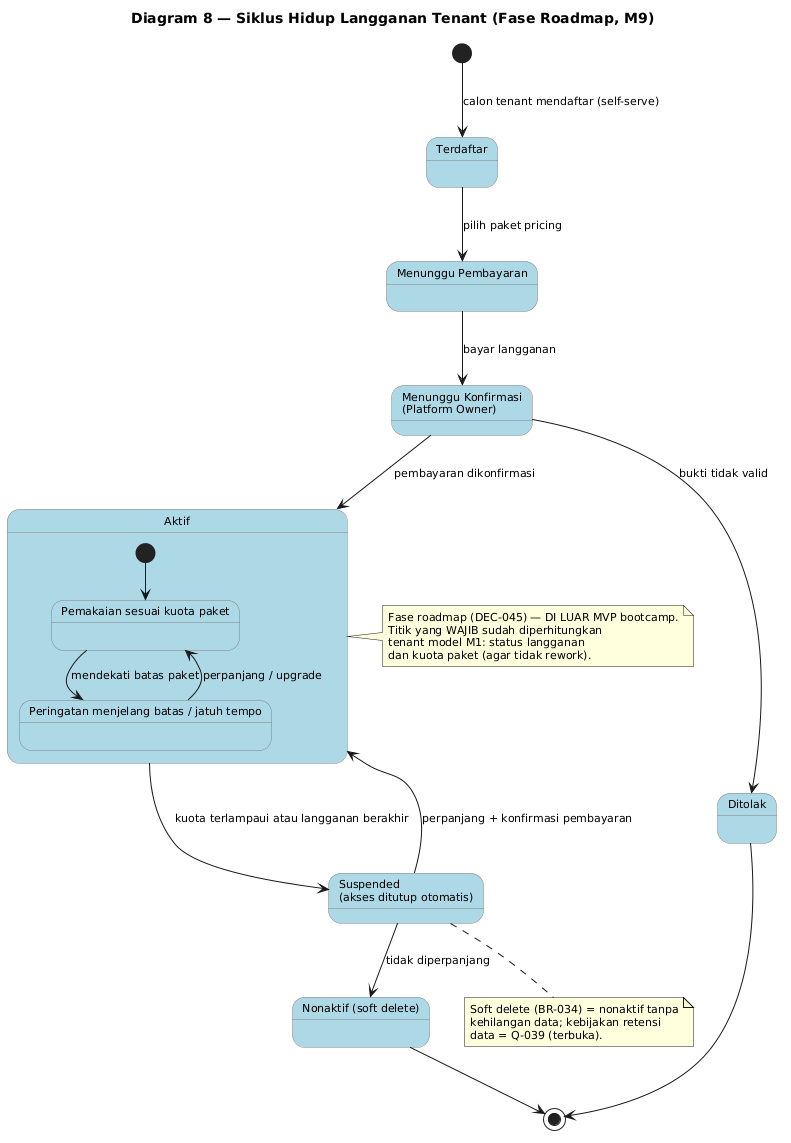
This is knowledge/projects/bootcamp-crm/requirements/brd/diagrams/09-siklus-langganan-tenant.png from yudha-tlab/ai-os-knowledge, a PlantUML export, as it was before one commit. Source of this version:
```plantuml
@startuml
title Diagram 8 — Siklus Hidup Langganan Tenant (Fase Roadmap, M9)

skinparam shadowing false
skinparam defaultFontSize 11
skinparam state {
  BackgroundColor LightBlue
  BorderColor Gray
}

[*] --> Terdaftar : calon tenant mendaftar (self-serve)
Terdaftar --> MenungguPembayaran : pilih paket pricing
state "Menunggu Pembayaran" as MenungguPembayaran
MenungguPembayaran --> MenungguKonfirmasi : bayar langganan
state "Menunggu Konfirmasi\n(Platform Owner)" as MenungguKonfirmasi
MenungguKonfirmasi --> Ditolak : bukti tidak valid
MenungguKonfirmasi --> Aktif : pembayaran dikonfirmasi

state Aktif {
  state "Pemakaian sesuai kuota paket" as Pakai
  state "Peringatan menjelang batas / jatuh tempo" as Peringatan
  [*] --> Pakai
  Pakai --> Peringatan : mendekati batas paket
  Peringatan --> Pakai : perpanjang / upgrade
}

Aktif --> Suspended : kuota terlampaui atau langganan berakhir
state "Suspended\n(akses ditutup otomatis)" as Suspended
Suspended --> Aktif : perpanjang + konfirmasi pembayaran
Suspended --> Nonaktif : tidak diperpanjang
state "Nonaktif (soft delete)" as Nonaktif

Ditolak --> [*]
Nonaktif --> [*]

note right of Aktif
  Fase roadmap (DEC-045) — DI LUAR MVP bootcamp.
  Titik yang WAJIB sudah diperhitungkan
  tenant model M1: status langganan
  dan kuota paket (agar tidak rework).
end note

note bottom of Suspended
  Soft delete (BR-034) = nonaktif tanpa
  kehilangan data; kebijakan retensi
  data = Q-039 (terbuka).
end note
@enduml
```
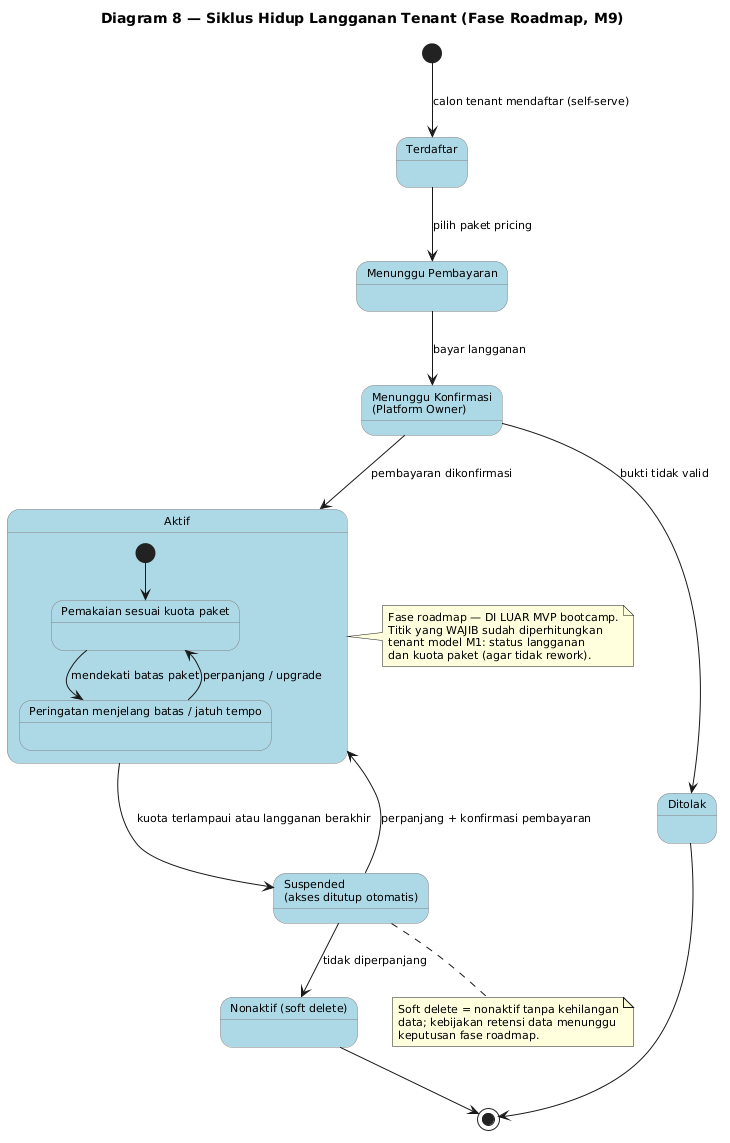
The same diagram one commit later.

Diff of the diagram source:
```diff
@@ -34,15 +34,15 @@
 Nonaktif --> [*]
 
 note right of Aktif
-  Fase roadmap (DEC-045) — DI LUAR MVP bootcamp.
+  Fase roadmap — DI LUAR MVP bootcamp.
   Titik yang WAJIB sudah diperhitungkan
   tenant model M1: status langganan
   dan kuota paket (agar tidak rework).
 end note
 
 note bottom of Suspended
-  Soft delete (BR-034) = nonaktif tanpa
-  kehilangan data; kebijakan retensi
-  data = Q-039 (terbuka).
+  Soft delete = nonaktif tanpa kehilangan
+  data; kebijakan retensi data menunggu
+  keputusan fase roadmap.
 end note
 @enduml
```
